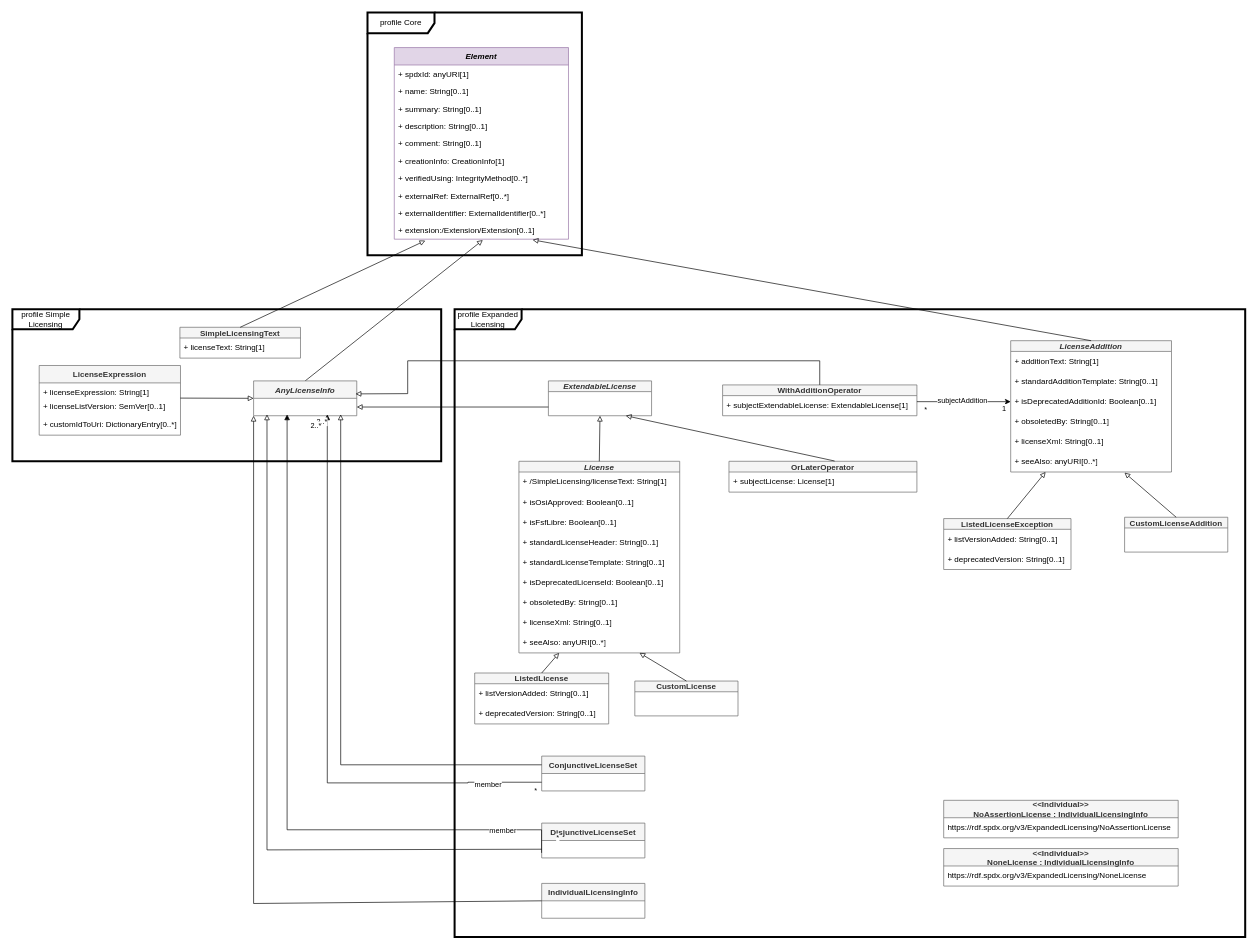
spdx/spdx-3-model keeps this draw.io diagram as page "Licensing" (2 of 7) of model.drawio. Above is the earlier version. Source tidied: cells renumbered, new cells numbered last; positions are measured from the earlier drawing's top-left corner, leaving out a move shared by most shapes. Both pictures are drawn from the tidied source at 67%, with x=0, y=0 at pixel (12, 12).
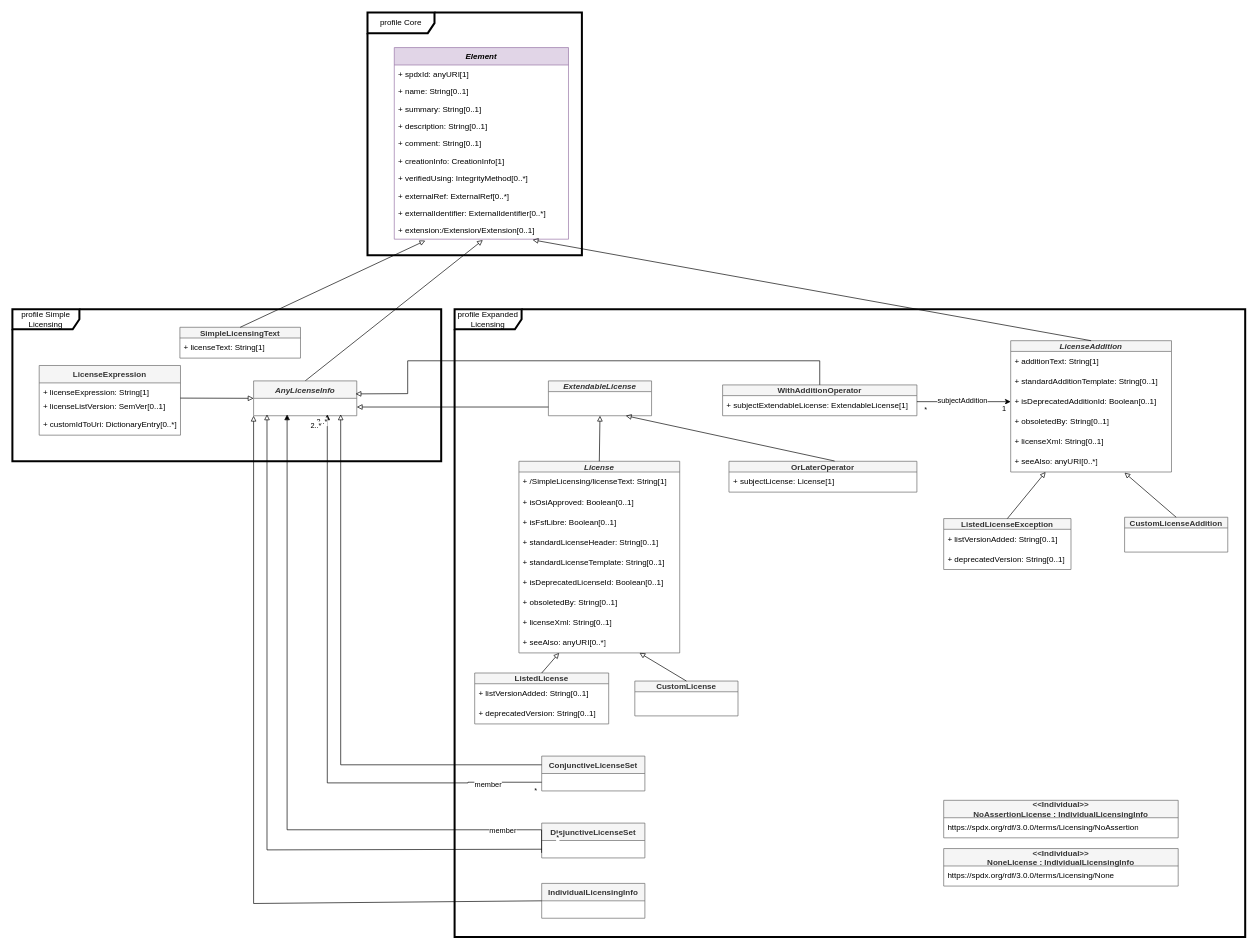
The same page after the edit.

Commit message:
Update IRI in diagram for NoAssertionLicense and NoneLicense

The change refers to these unchanged cells:
```xml
<mxCell id="83" value="&lt;&lt;Individual&gt;&gt;&#10;NoAssertionLicense : IndividualLicensingInfo" style="swimlane;fontStyle=1;horizontal=1;startSize=26;fillColor=#f5f5f5;strokeColor=#666666;fontColor=#333333;" parent="1" vertex="1">
  <mxGeometry x="1390" y="1176" width="350" height="56" as="geometry" />
</mxCell>
<mxCell id="85" value="&lt;&lt;Individual&gt;&gt;&#10;NoneLicense : IndividualLicensingInfo" style="swimlane;fontStyle=1;horizontal=1;startSize=26;fillColor=#f5f5f5;strokeColor=#666666;fontColor=#333333;" parent="1" vertex="1">
  <mxGeometry x="1390" y="1248" width="350" height="56" as="geometry" />
</mxCell>
```

Diff of the diagram source:
```diff
@@
-    <mxCell id="84" value="https://rdf.spdx.org/v3/ExpandedLicensing/NoAssertionLicense" style="text;strokeColor=none;fillColor=none;align=left;verticalAlign=middle;spacingLeft=4;spacingRight=4;overflow=hidden;whiteSpace=wrap;html=1;" parent="83" vertex="1">
+    <mxCell id="84" value="https://spdx.org/rdf/3.0.0/terms/Licensing/NoAssertion" style="text;strokeColor=none;fillColor=none;align=left;verticalAlign=middle;spacingLeft=4;spacingRight=4;overflow=hidden;whiteSpace=wrap;html=1;" parent="83" vertex="1">
       <mxGeometry y="26" width="350" height="30" as="geometry" />
     </mxCell>
@@
-    <mxCell id="86" value="https://rdf.spdx.org/v3/ExpandedLicensing/NoneLicense" style="text;strokeColor=none;fillColor=none;align=left;verticalAlign=middle;spacingLeft=4;spacingRight=4;overflow=hidden;whiteSpace=wrap;html=1;" parent="85" vertex="1">
+    <mxCell id="86" value="https://spdx.org/rdf/3.0.0/terms/Licensing/None" style="text;strokeColor=none;fillColor=none;align=left;verticalAlign=middle;spacingLeft=4;spacingRight=4;overflow=hidden;whiteSpace=wrap;html=1;" parent="85" vertex="1">
       <mxGeometry y="26" width="350" height="30" as="geometry" />
     </mxCell>
```
